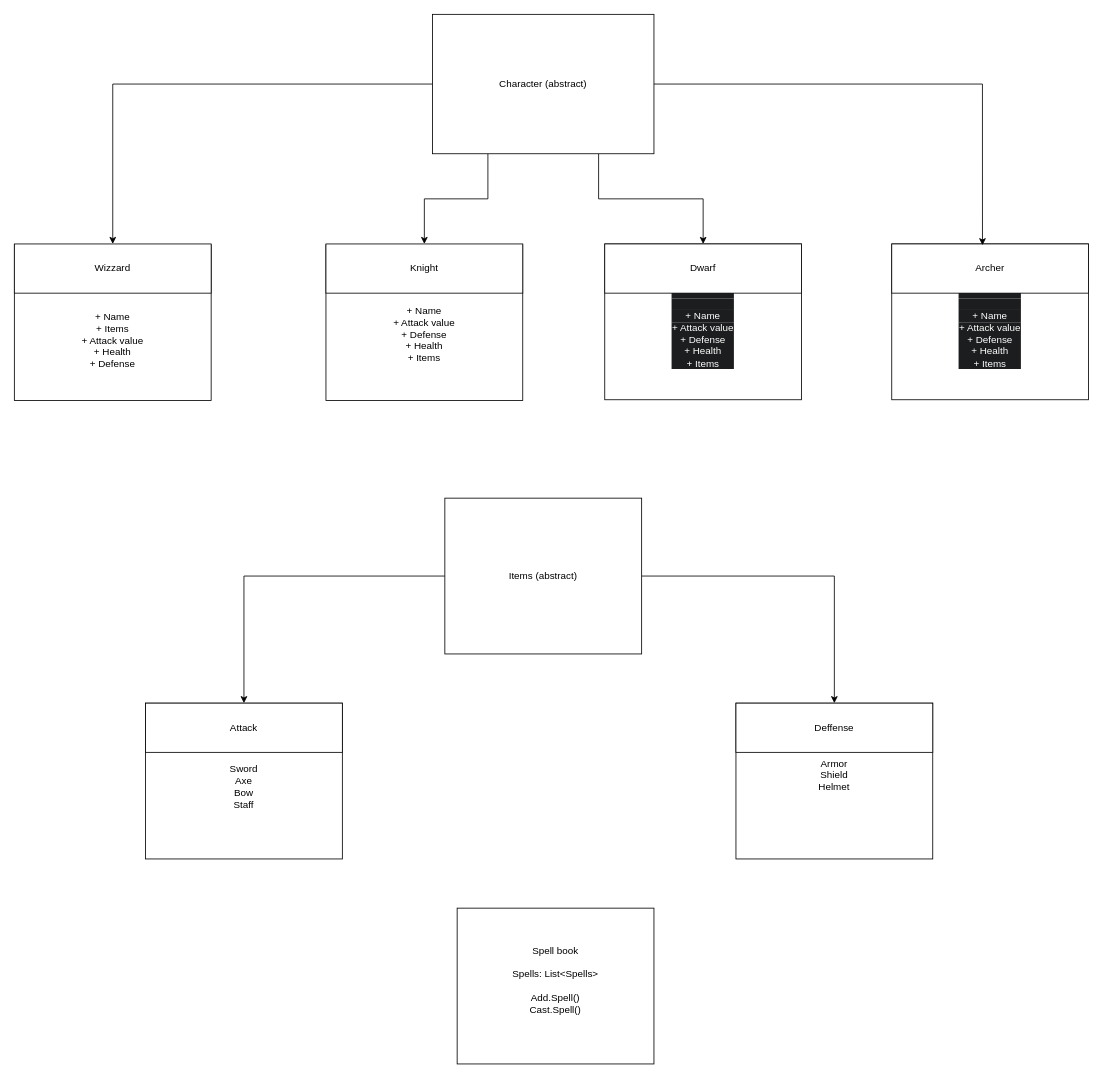
Earlier version of the draw.io diagram Diagrama-UML/Diagrama UML de clases.drawio (Christian-Curbelo-004/RolePlay-Game-Dos). Source tidied: cells renumbered, new cells numbered last; positions are measured from the earlier drawing's top-left corner, leaving out a move shared by most shapes. Both pictures are drawn from the tidied source at 82%, with x=0, y=0 at pixel (14, 14).
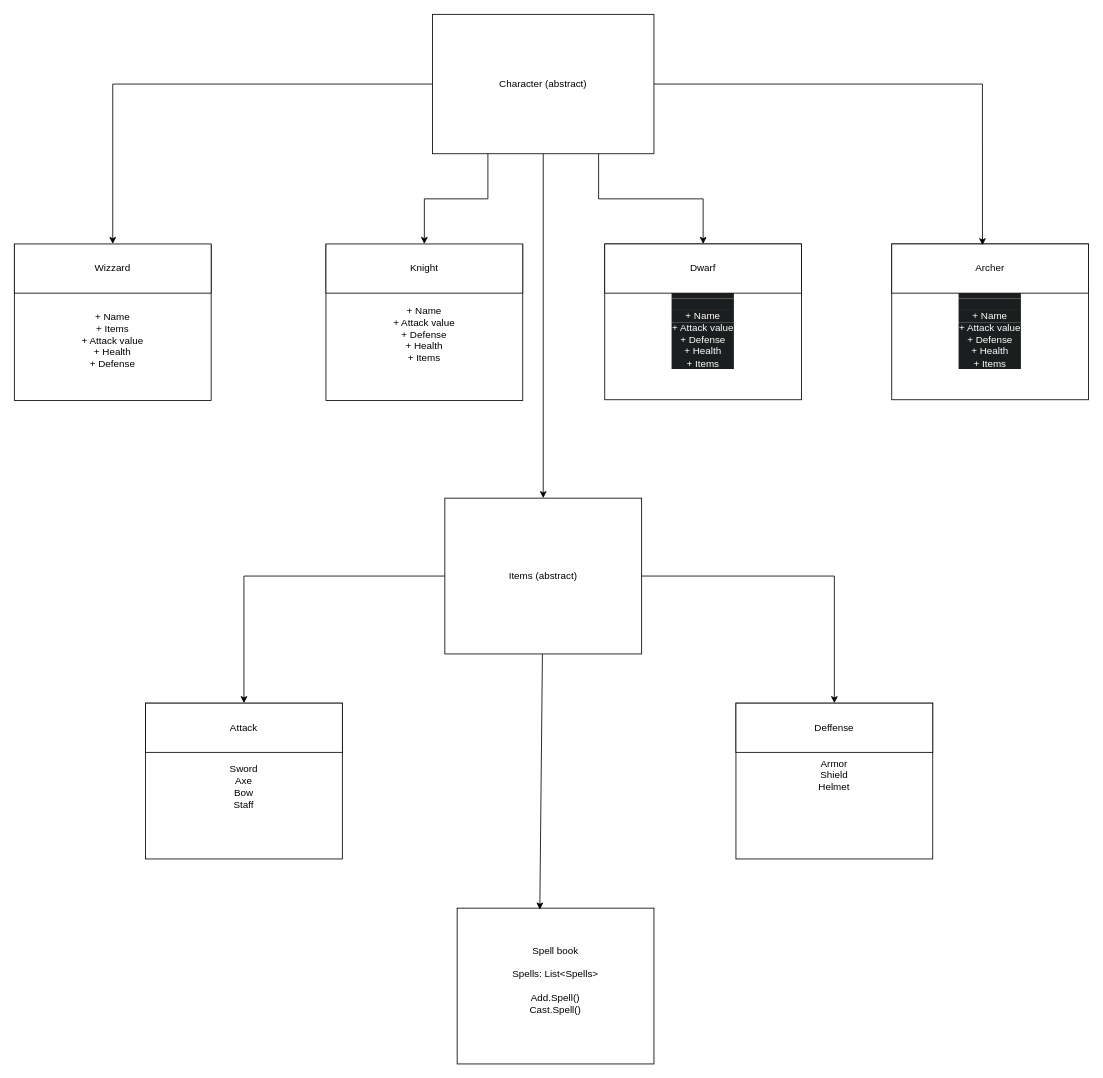
Above is the later version.

Commit message:
Subiendo diagrama UML de clases (personajes, items)

Unchanged cells that the change refers to:
```xml
<mxCell id="13" value="Character (abstract)" style="rounded=0;whiteSpace=wrap;html=1;" parent="1" vertex="1">
  <mxGeometry x="510" width="270" height="170" as="geometry" />
</mxCell>
<mxCell id="17" value="Items (abstract)" style="rounded=0;whiteSpace=wrap;html=1;" parent="1" vertex="1">
  <mxGeometry x="525" y="590" width="240" height="190" as="geometry" />
</mxCell>
<mxCell id="22" value="Spell book&lt;div&gt;&lt;br&gt;&lt;/div&gt;&lt;div&gt;Spells: List&amp;lt;Spells&amp;gt;&lt;/div&gt;&lt;div&gt;&lt;br&gt;&lt;/div&gt;&lt;div&gt;Add.Spell()&lt;/div&gt;&lt;div&gt;Cast.Spell()&lt;/div&gt;&lt;div&gt;&lt;br&gt;&lt;/div&gt;" style="rounded=0;whiteSpace=wrap;html=1;" parent="1" vertex="1">
  <mxGeometry x="540" y="1090" width="240" height="190" as="geometry" />
</mxCell>
```

What changed in the source:
```diff
@@
+    <mxCell id="23" style="edgeStyle=orthogonalEdgeStyle;rounded=0;jettySize=auto;html=1;exitX=0.5;exitY=1;exitDx=0;exitDy=0;" parent="1" edge="1" source="13" target="17">
+      <mxGeometry relative="1" as="geometry" />
+    </mxCell>
@@
+    <mxCell id="24" style="endArrow=classic;html=1;rounded=0;entryX=0.42;entryY=0.009;entryDx=0;entryDy=0;entryPerimeter=0;" parent="1" edge="1" target="22">
+      <mxGeometry relative="1" as="geometry">
+        <mxPoint x="644" y="780" as="sourcePoint" />
+      </mxGeometry>
+    </mxCell>
```
